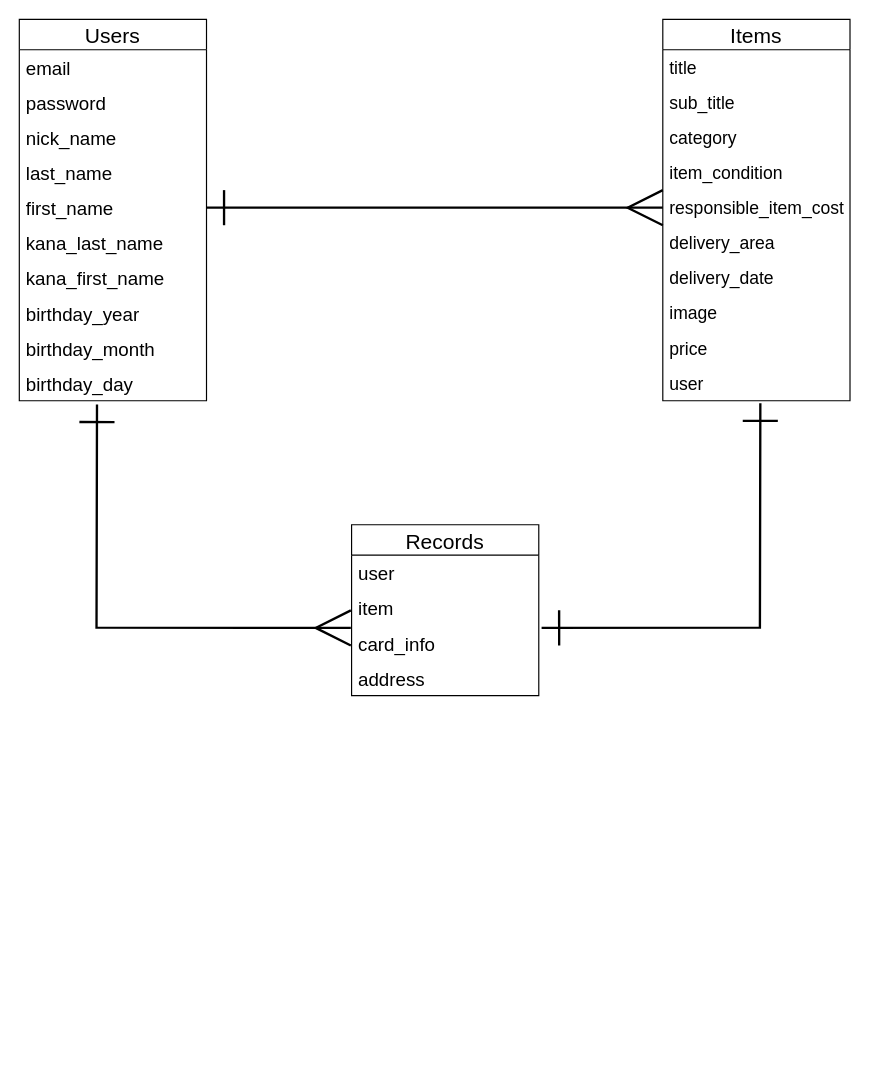
Earlier version of the draw.io diagram test.dio (Ryo-Nogawa/furima-32062). Source tidied: cells renumbered, new cells numbered last; positions are measured from the earlier drawing's top-left corner, leaving out a move shared by most shapes. Both pictures are drawn from the tidied source at 117%, with x=0, y=0 at pixel (19, 19).
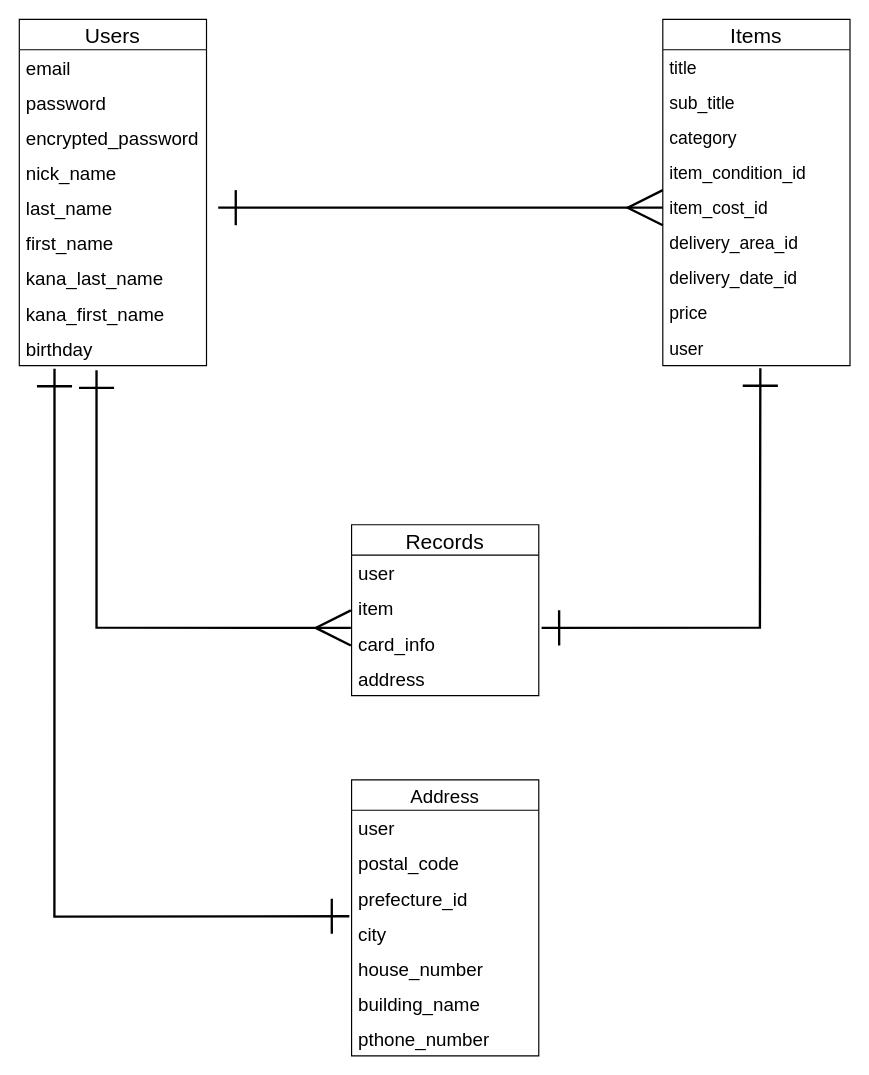
Above is the later version.

Commit message (it also covers changes not shown here):
コード修正2

Unchanged cells that the change refers to:
```xml
<mxCell id="28" value="card_info" style="text;strokeColor=none;fillColor=none;spacingLeft=4;spacingRight=4;overflow=hidden;points=[[0,0.5],[1,0.5]];portConstraint=eastwest;fontSize=16;" parent="25" vertex="1">
  <mxGeometry y="86" width="160" height="30" as="geometry" />
</mxCell>
```

What changed in the source:
```diff
@@
     <mxCell id="2" value="Items" style="swimlane;fontStyle=0;horizontal=1;startSize=26;align=center;fontSize=18;" parent="1" vertex="1">
-      <mxGeometry x="550" width="160" height="326" as="geometry" />
+      <mxGeometry x="550" width="160" height="296" as="geometry" />
     </mxCell>
@@
-    <mxCell id="6" value="item_condition" style="text;strokeColor=none;fillColor=none;spacingLeft=4;spacingRight=4;overflow=hidden;fontSize=15;" parent="2" vertex="1">
+    <mxCell id="6" value="item_condition_id" style="text;strokeColor=none;fillColor=none;spacingLeft=4;spacingRight=4;overflow=hidden;fontSize=15;" parent="2" vertex="1">
       <mxGeometry y="116" width="160" height="30" as="geometry" />
     </mxCell>
-    <mxCell id="7" value="responsible_item_cost" style="text;strokeColor=none;fillColor=none;spacingLeft=4;spacingRight=4;overflow=hidden;points=[[0,0.5],[1,0.5]];portConstraint=eastwest;fontSize=15;" parent="2" vertex="1">
+    <mxCell id="7" value="item_cost_id" style="text;strokeColor=none;fillColor=none;spacingLeft=4;spacingRight=4;overflow=hidden;points=[[0,0.5],[1,0.5]];portConstraint=eastwest;fontSize=15;" parent="2" vertex="1">
       <mxGeometry y="146" width="160" height="30" as="geometry" />
     </mxCell>
-    <mxCell id="8" value="delivery_area" style="text;strokeColor=none;fillColor=none;spacingLeft=4;spacingRight=4;overflow=hidden;fontSize=15;" parent="2" vertex="1">
+    <mxCell id="8" value="delivery_area_id" style="text;strokeColor=none;fillColor=none;spacingLeft=4;spacingRight=4;overflow=hidden;fontSize=15;" parent="2" vertex="1">
       <mxGeometry y="176" width="160" height="30" as="geometry" />
     </mxCell>
-    <mxCell id="9" value="delivery_date" style="text;strokeColor=none;fillColor=none;spacingLeft=4;spacingRight=4;overflow=hidden;fontSize=15;" parent="2" vertex="1">
+    <mxCell id="9" value="delivery_date_id" style="text;strokeColor=none;fillColor=none;spacingLeft=4;spacingRight=4;overflow=hidden;fontSize=15;" parent="2" vertex="1">
       <mxGeometry y="206" width="160" height="30" as="geometry" />
     </mxCell>
-    <mxCell id="10" value="image" style="text;strokeColor=none;fillColor=none;spacingLeft=4;spacingRight=4;overflow=hidden;fontSize=15;" parent="2" vertex="1">
-      <mxGeometry y="236" width="160" height="30" as="geometry" />
-    </mxCell>
     <mxCell id="11" value="price" style="text;strokeColor=none;fillColor=none;spacingLeft=4;spacingRight=4;overflow=hidden;fontSize=15;" parent="2" vertex="1">
-      <mxGeometry y="266" width="160" height="30" as="geometry" />
+      <mxGeometry y="236" width="160" height="30" as="geometry" />
     </mxCell>
     <mxCell id="12" value="user" style="text;strokeColor=none;fillColor=none;spacingLeft=4;spacingRight=4;overflow=hidden;points=[[0,0.5],[1,0.5]];portConstraint=eastwest;fontSize=15;" parent="2" vertex="1">
-      <mxGeometry y="296" width="160" height="30" as="geometry" />
+      <mxGeometry y="266" width="160" height="30" as="geometry" />
     </mxCell>
     <mxCell id="13" value="Users" style="swimlane;fontStyle=0;horizontal=1;startSize=26;align=center;fontSize=18;" parent="1" vertex="1">
-      <mxGeometry width="160" height="326" as="geometry" />
+      <mxGeometry width="160" height="296" as="geometry" />
     </mxCell>
@@
+    <mxCell id="32" value="encrypted_password" style="text;strokeColor=none;fillColor=none;spacingLeft=4;spacingRight=4;overflow=hidden;fontSize=16;verticalAlign=middle;align=left;" parent="13" vertex="1">
+      <mxGeometry y="86" width="160" height="30" as="geometry" />
+    </mxCell>
     <mxCell id="16" value="nick_name" style="text;strokeColor=none;fillColor=none;spacingLeft=4;spacingRight=4;overflow=hidden;fontSize=16;align=left;" parent="13" vertex="1">
-      <mxGeometry y="86" width="160" height="30" as="geometry" />
+      <mxGeometry y="116" width="160" height="30" as="geometry" />
     </mxCell>
     <mxCell id="17" value="last_name" style="text;strokeColor=none;fillColor=none;spacingLeft=4;spacingRight=4;overflow=hidden;fontSize=16;align=left;" parent="13" vertex="1">
-      <mxGeometry y="116" width="160" height="30" as="geometry" />
+      <mxGeometry y="146" width="160" height="30" as="geometry" />
     </mxCell>
     <mxCell id="18" value="first_name" style="text;strokeColor=none;fillColor=none;spacingLeft=4;spacingRight=4;overflow=hidden;points=[[0,0.5],[1,0.5]];portConstraint=eastwest;fontSize=16;align=left;" parent="13" vertex="1">
-      <mxGeometry y="146" width="160" height="30" as="geometry" />
+      <mxGeometry y="176" width="160" height="30" as="geometry" />
     </mxCell>
     <mxCell id="19" value="kana_last_name" style="text;strokeColor=none;fillColor=none;spacingLeft=4;spacingRight=4;overflow=hidden;fontSize=16;align=left;" parent="13" vertex="1">
-      <mxGeometry y="176" width="160" height="30" as="geometry" />
+      <mxGeometry y="206" width="160" height="30" as="geometry" />
     </mxCell>
     <mxCell id="20" value="kana_first_name" style="text;strokeColor=none;fillColor=none;spacingLeft=4;spacingRight=4;overflow=hidden;fontSize=16;align=left;" parent="13" vertex="1">
-      <mxGeometry y="206" width="160" height="30" as="geometry" />
+      <mxGeometry y="236" width="160" height="30" as="geometry" />
     </mxCell>
-    <mxCell id="21" value="birthday_year" style="text;strokeColor=none;fillColor=none;spacingLeft=4;spacingRight=4;overflow=hidden;points=[[0,0.5],[1,0.5]];portConstraint=eastwest;fontSize=16;align=left;" parent="13" vertex="1">
-      <mxGeometry y="236" width="160" height="30" as="geometry" />
+    <mxCell id="21" value="birthday" style="text;strokeColor=none;fillColor=none;spacingLeft=4;spacingRight=4;overflow=hidden;points=[[0,0.5],[1,0.5]];portConstraint=eastwest;fontSize=16;align=left;" parent="13" vertex="1">
+      <mxGeometry y="266" width="160" height="30" as="geometry" />
     </mxCell>
-    <mxCell id="22" value="birthday_month" style="text;strokeColor=none;fillColor=none;spacingLeft=4;spacingRight=4;overflow=hidden;fontSize=16;align=left;" parent="13" vertex="1">
-      <mxGeometry y="266" width="160" height="30" as="geometry" />
-    </mxCell>
-    <mxCell id="23" value="birthday_day" style="text;strokeColor=none;fillColor=none;spacingLeft=4;spacingRight=4;overflow=hidden;points=[[0,0.5],[1,0.5]];portConstraint=eastwest;fontSize=16;align=left;" parent="13" vertex="1">
-      <mxGeometry y="296" width="160" height="30" as="geometry" />
-    </mxCell>
-    <mxCell id="24" style="edgeStyle=entityRelationEdgeStyle;fontSize=12;html=1;endArrow=ERmany;endFill=0;exitX=1;exitY=0.5;exitDx=0;exitDy=0;entryX=0;entryY=0.5;entryDx=0;entryDy=0;jumpSize=12;strokeWidth=2;startArrow=ERone;startFill=0;targetPerimeterSpacing=0;endSize=27;startSize=27;" parent="1" edge="1" source="18" target="7">
-      <mxGeometry relative="1" as="geometry" />
+    <mxCell id="24" style="edgeStyle=entityRelationEdgeStyle;fontSize=12;html=1;endArrow=ERmany;endFill=0;entryX=0;entryY=0.5;entryDx=0;entryDy=0;jumpSize=12;strokeWidth=2;startArrow=ERone;startFill=0;targetPerimeterSpacing=0;endSize=27;startSize=27;" parent="1" edge="1" target="7">
+      <mxGeometry relative="1" as="geometry">
+        <mxPoint x="170" y="161" as="sourcePoint" />
+      </mxGeometry>
     </mxCell>
@@
-    <mxCell id="30" style="endArrow=ERmany;html=1;rounded=0;strokeWidth=2;fontSize=18;exitX=0.415;exitY=1.107;exitDx=0;exitDy=0;exitPerimeter=0;entryX=-0.004;entryY=0.073;entryDx=0;entryDy=0;entryPerimeter=0;startArrow=ERone;startFill=0;endFill=0;endSize=27;startSize=27;" parent="1" edge="1" source="23" target="28">
+    <mxCell id="30" style="endArrow=ERmany;html=1;rounded=0;strokeWidth=2;fontSize=18;entryX=-0.004;entryY=0.073;entryDx=0;entryDy=0;entryPerimeter=0;startArrow=ERone;startFill=0;endFill=0;endSize=27;startSize=27;" parent="1" edge="1" target="28">
       <mxGeometry relative="1" as="geometry">
+        <mxPoint x="66" y="300" as="sourcePoint" />
         <Array as="points">
           <mxPoint x="66" y="520" />
         </Array>
       </mxGeometry>
     </mxCell>
@@
+    <mxCell id="33" value="Address" style="swimlane;fontStyle=0;horizontal=1;startSize=26;align=center;fontSize=16;" parent="1" vertex="1">
+      <mxGeometry x="284" y="650" width="160" height="236" as="geometry" />
+    </mxCell>
+    <mxCell id="34" value="user" style="text;strokeColor=none;fillColor=none;spacingLeft=4;spacingRight=4;overflow=hidden;fontSize=16;" parent="33" vertex="1">
+      <mxGeometry y="26" width="160" height="30" as="geometry" />
+    </mxCell>
+    <mxCell id="35" value="postal_code" style="text;strokeColor=none;fillColor=none;spacingLeft=4;spacingRight=4;overflow=hidden;fontSize=16;" parent="33" vertex="1">
+      <mxGeometry y="56" width="160" height="30" as="geometry" />
+    </mxCell>
+    <mxCell id="36" value="prefecture_id" style="text;strokeColor=none;fillColor=none;spacingLeft=4;spacingRight=4;overflow=hidden;points=[[0,0.5],[1,0.5]];portConstraint=eastwest;fontSize=16;" parent="33" vertex="1">
+      <mxGeometry y="86" width="160" height="30" as="geometry" />
+    </mxCell>
+    <mxCell id="37" value="city" style="text;strokeColor=none;fillColor=none;spacingLeft=4;spacingRight=4;overflow=hidden;fontSize=16;" parent="33" vertex="1">
+      <mxGeometry y="116" width="160" height="30" as="geometry" />
+    </mxCell>
+    <mxCell id="38" value="house_number" style="text;strokeColor=none;fillColor=none;spacingLeft=4;spacingRight=4;overflow=hidden;fontSize=16;" parent="33" vertex="1">
+      <mxGeometry y="146" width="160" height="30" as="geometry" />
+    </mxCell>
+    <mxCell id="39" value="building_name" style="text;strokeColor=none;fillColor=none;spacingLeft=4;spacingRight=4;overflow=hidden;fontSize=16;" parent="33" vertex="1">
+      <mxGeometry y="176" width="160" height="30" as="geometry" />
+    </mxCell>
+    <mxCell id="40" value="pthone_number" style="text;strokeColor=none;fillColor=none;spacingLeft=4;spacingRight=4;overflow=hidden;fontSize=16;" parent="33" vertex="1">
+      <mxGeometry y="206" width="160" height="30" as="geometry" />
+    </mxCell>
+    <mxCell id="41" style="endArrow=ERone;html=1;rounded=0;fontSize=16;exitX=0.188;exitY=1.087;exitDx=0;exitDy=0;exitPerimeter=0;entryX=-0.012;entryY=1.02;entryDx=0;entryDy=0;entryPerimeter=0;strokeWidth=2;startArrow=ERone;startFill=0;endFill=0;endSize=27;startSize=27;" parent="1" edge="1" source="21" target="36">
+      <mxGeometry relative="1" as="geometry">
+        <Array as="points">
+          <mxPoint x="30" y="767" />
+        </Array>
+      </mxGeometry>
+    </mxCell>
```
